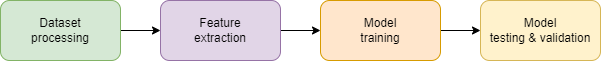
usnistgov/ai-bugfinder-testbed keeps this draw.io diagram as docs/_static/img/pipeline.png. Above is the earlier version. Source tidied: cells renumbered, new cells last; positions are measured from the earlier drawing's top-left corner, leaving out a move shared by most shapes. Its diagram source:
```xml
<mxGraphModel>
  <root>
    <mxCell id="0" />
    <mxCell id="1" parent="0" />
    <mxCell id="2" style="edgeStyle=orthogonalEdgeStyle;rounded=0;html=1;jettySize=auto;" parent="1" edge="1" source="3" target="5">
      <mxGeometry relative="1" as="geometry" />
    </mxCell>
    <mxCell id="3" value="&lt;div&gt;Dataset&lt;/div&gt;&lt;div&gt;processing&lt;/div&gt;" style="rounded=1;whiteSpace=wrap;html=1;fillColor=#d5e8d4;strokeColor=#82b366;align=center;" parent="1" vertex="1">
      <mxGeometry width="120" height="60" as="geometry" />
    </mxCell>
    <mxCell id="4" style="edgeStyle=orthogonalEdgeStyle;rounded=0;html=1;entryX=0;entryY=0.5;jettySize=auto;entryDx=0;entryDy=0;" parent="1" edge="1" source="5" target="7">
      <mxGeometry relative="1" as="geometry" />
    </mxCell>
    <mxCell id="5" value="&lt;div&gt;Feature&lt;/div&gt;&lt;div&gt;extraction&lt;/div&gt;" style="rounded=1;whiteSpace=wrap;html=1;fillColor=#e1d5e7;strokeColor=#9673a6;" parent="1" vertex="1">
      <mxGeometry x="160" width="120" height="60" as="geometry" />
    </mxCell>
    <mxCell id="6" style="edgeStyle=orthogonalEdgeStyle;rounded=0;html=1;entryX=0;entryY=0.5;jettySize=auto;entryDx=0;entryDy=0;" parent="1" edge="1" source="7" target="8">
      <mxGeometry relative="1" as="geometry" />
    </mxCell>
    <mxCell id="7" value="&lt;div&gt;Model&lt;/div&gt;&lt;div&gt;training&lt;/div&gt;" style="rounded=1;whiteSpace=wrap;html=1;fillColor=#ffe6cc;strokeColor=#d79b00;" parent="1" vertex="1">
      <mxGeometry x="320" width="120" height="60" as="geometry" />
    </mxCell>
    <mxCell id="8" value="&lt;div&gt;Model&lt;/div&gt;&lt;div&gt;testing &amp;amp; validation&lt;/div&gt;" style="rounded=1;whiteSpace=wrap;html=1;fillColor=#fff2cc;strokeColor=#d6b656;" parent="1" vertex="1">
      <mxGeometry x="480" width="120" height="60" as="geometry" />
    </mxCell>
  </root>
</mxGraphModel>
```
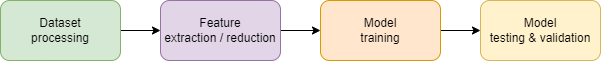
After the change.

Change to the diagram source:
```diff
@@ -11,7 +11,7 @@
     <mxCell id="4" style="edgeStyle=orthogonalEdgeStyle;rounded=0;html=1;entryX=0;entryY=0.5;jettySize=auto;entryDx=0;entryDy=0;" parent="1" edge="1" source="5" target="7">
       <mxGeometry relative="1" as="geometry" />
     </mxCell>
-    <mxCell id="5" value="&lt;div&gt;Feature&lt;/div&gt;&lt;div&gt;extraction&lt;/div&gt;" style="rounded=1;whiteSpace=wrap;html=1;fillColor=#e1d5e7;strokeColor=#9673a6;" parent="1" vertex="1">
+    <mxCell id="5" value="&lt;div&gt;Feature&lt;/div&gt;&lt;div&gt;extraction / reduction&lt;/div&gt;" style="rounded=1;whiteSpace=wrap;html=1;fillColor=#e1d5e7;strokeColor=#9673a6;" parent="1" vertex="1">
       <mxGeometry x="160" width="120" height="60" as="geometry" />
     </mxCell>
     <mxCell id="6" style="edgeStyle=orthogonalEdgeStyle;rounded=0;html=1;entryX=0;entryY=0.5;jettySize=auto;entryDx=0;entryDy=0;" parent="1" edge="1" source="7" target="8">
```
